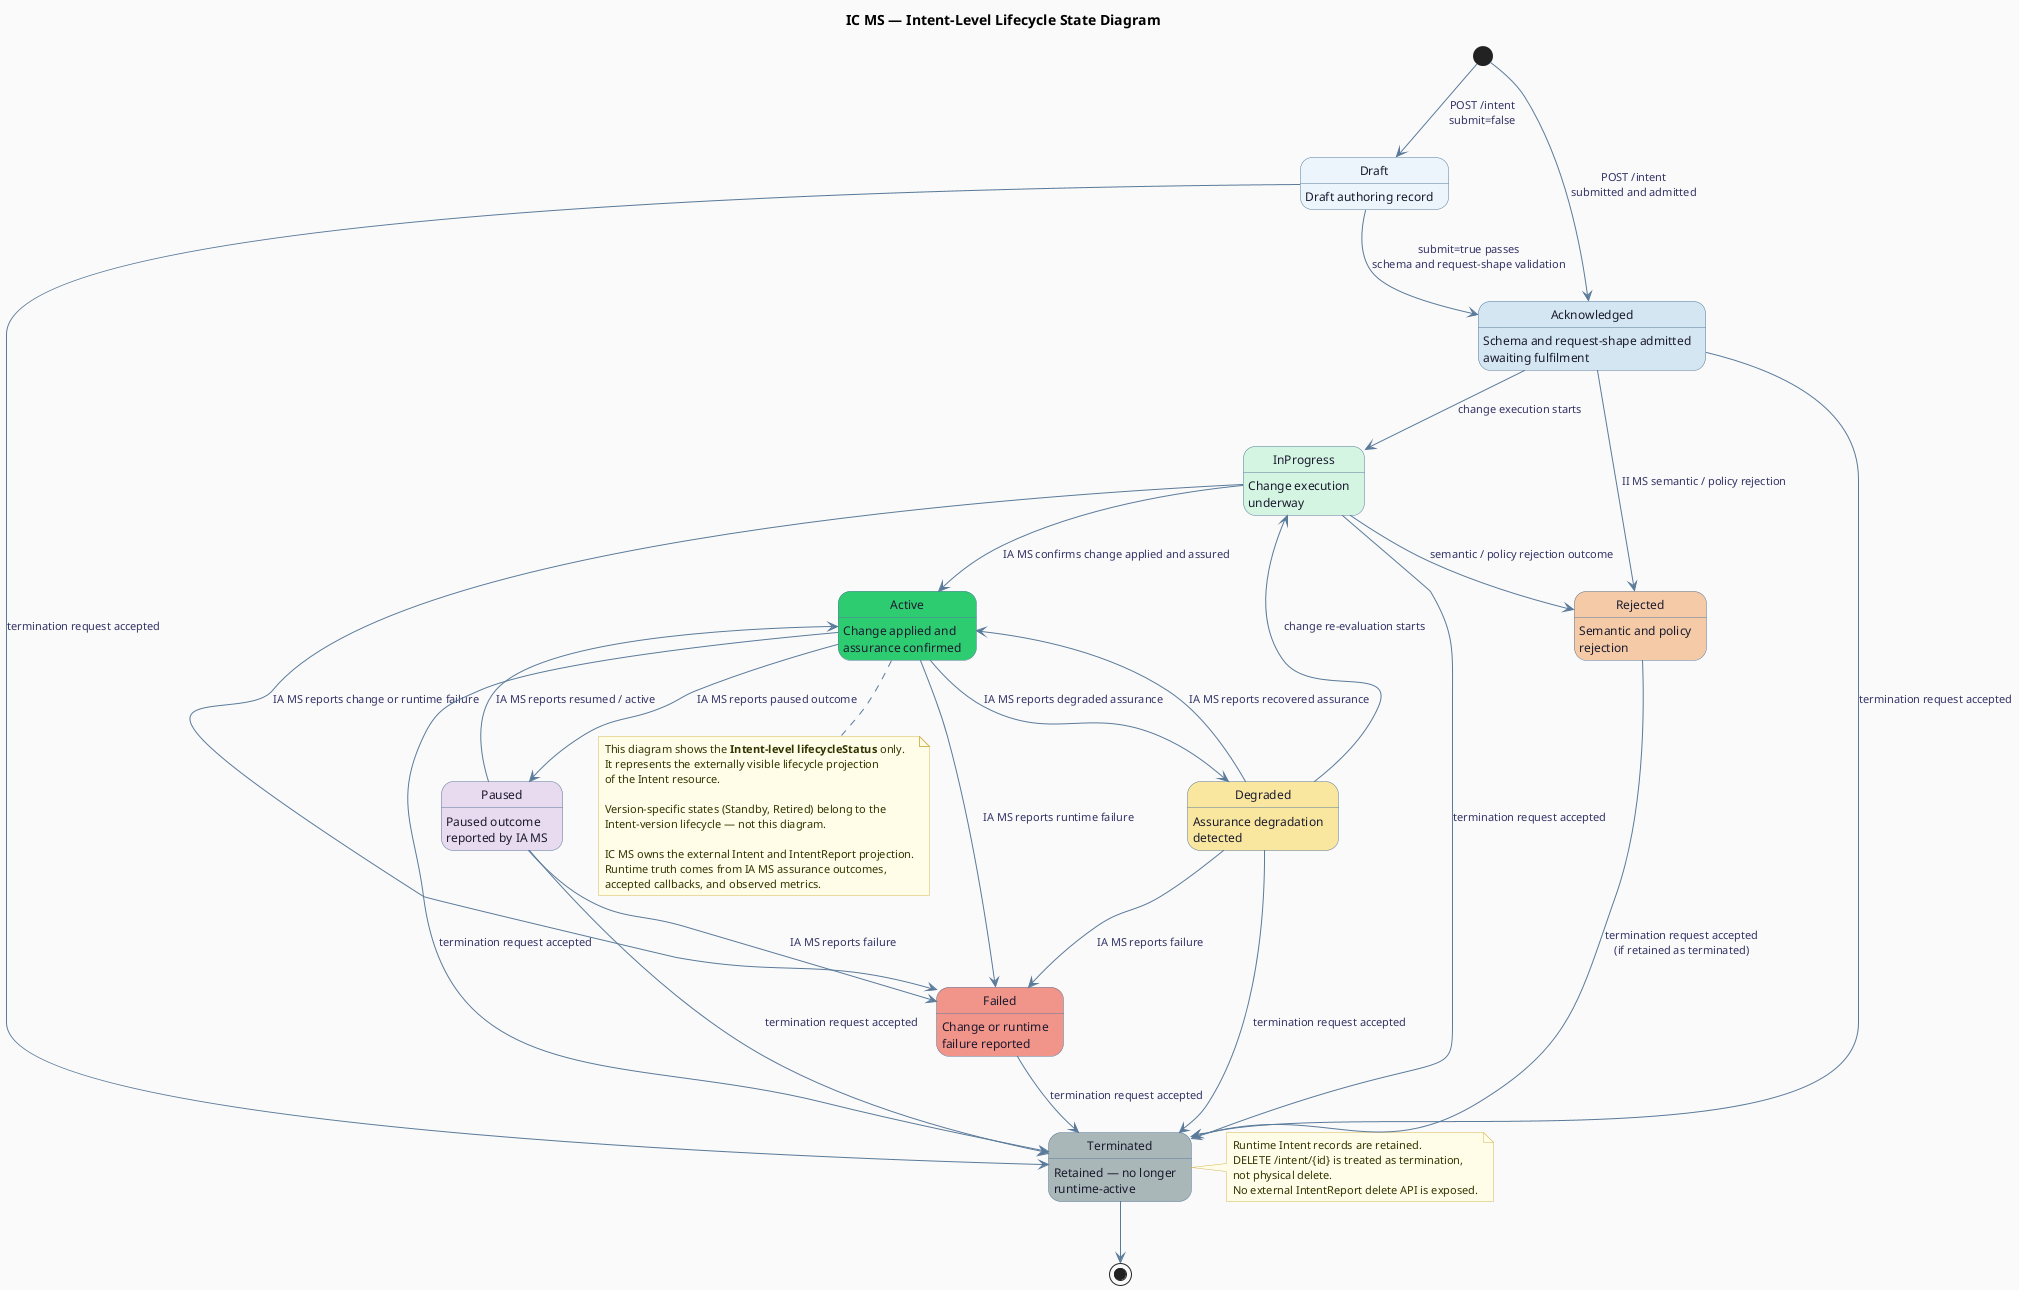
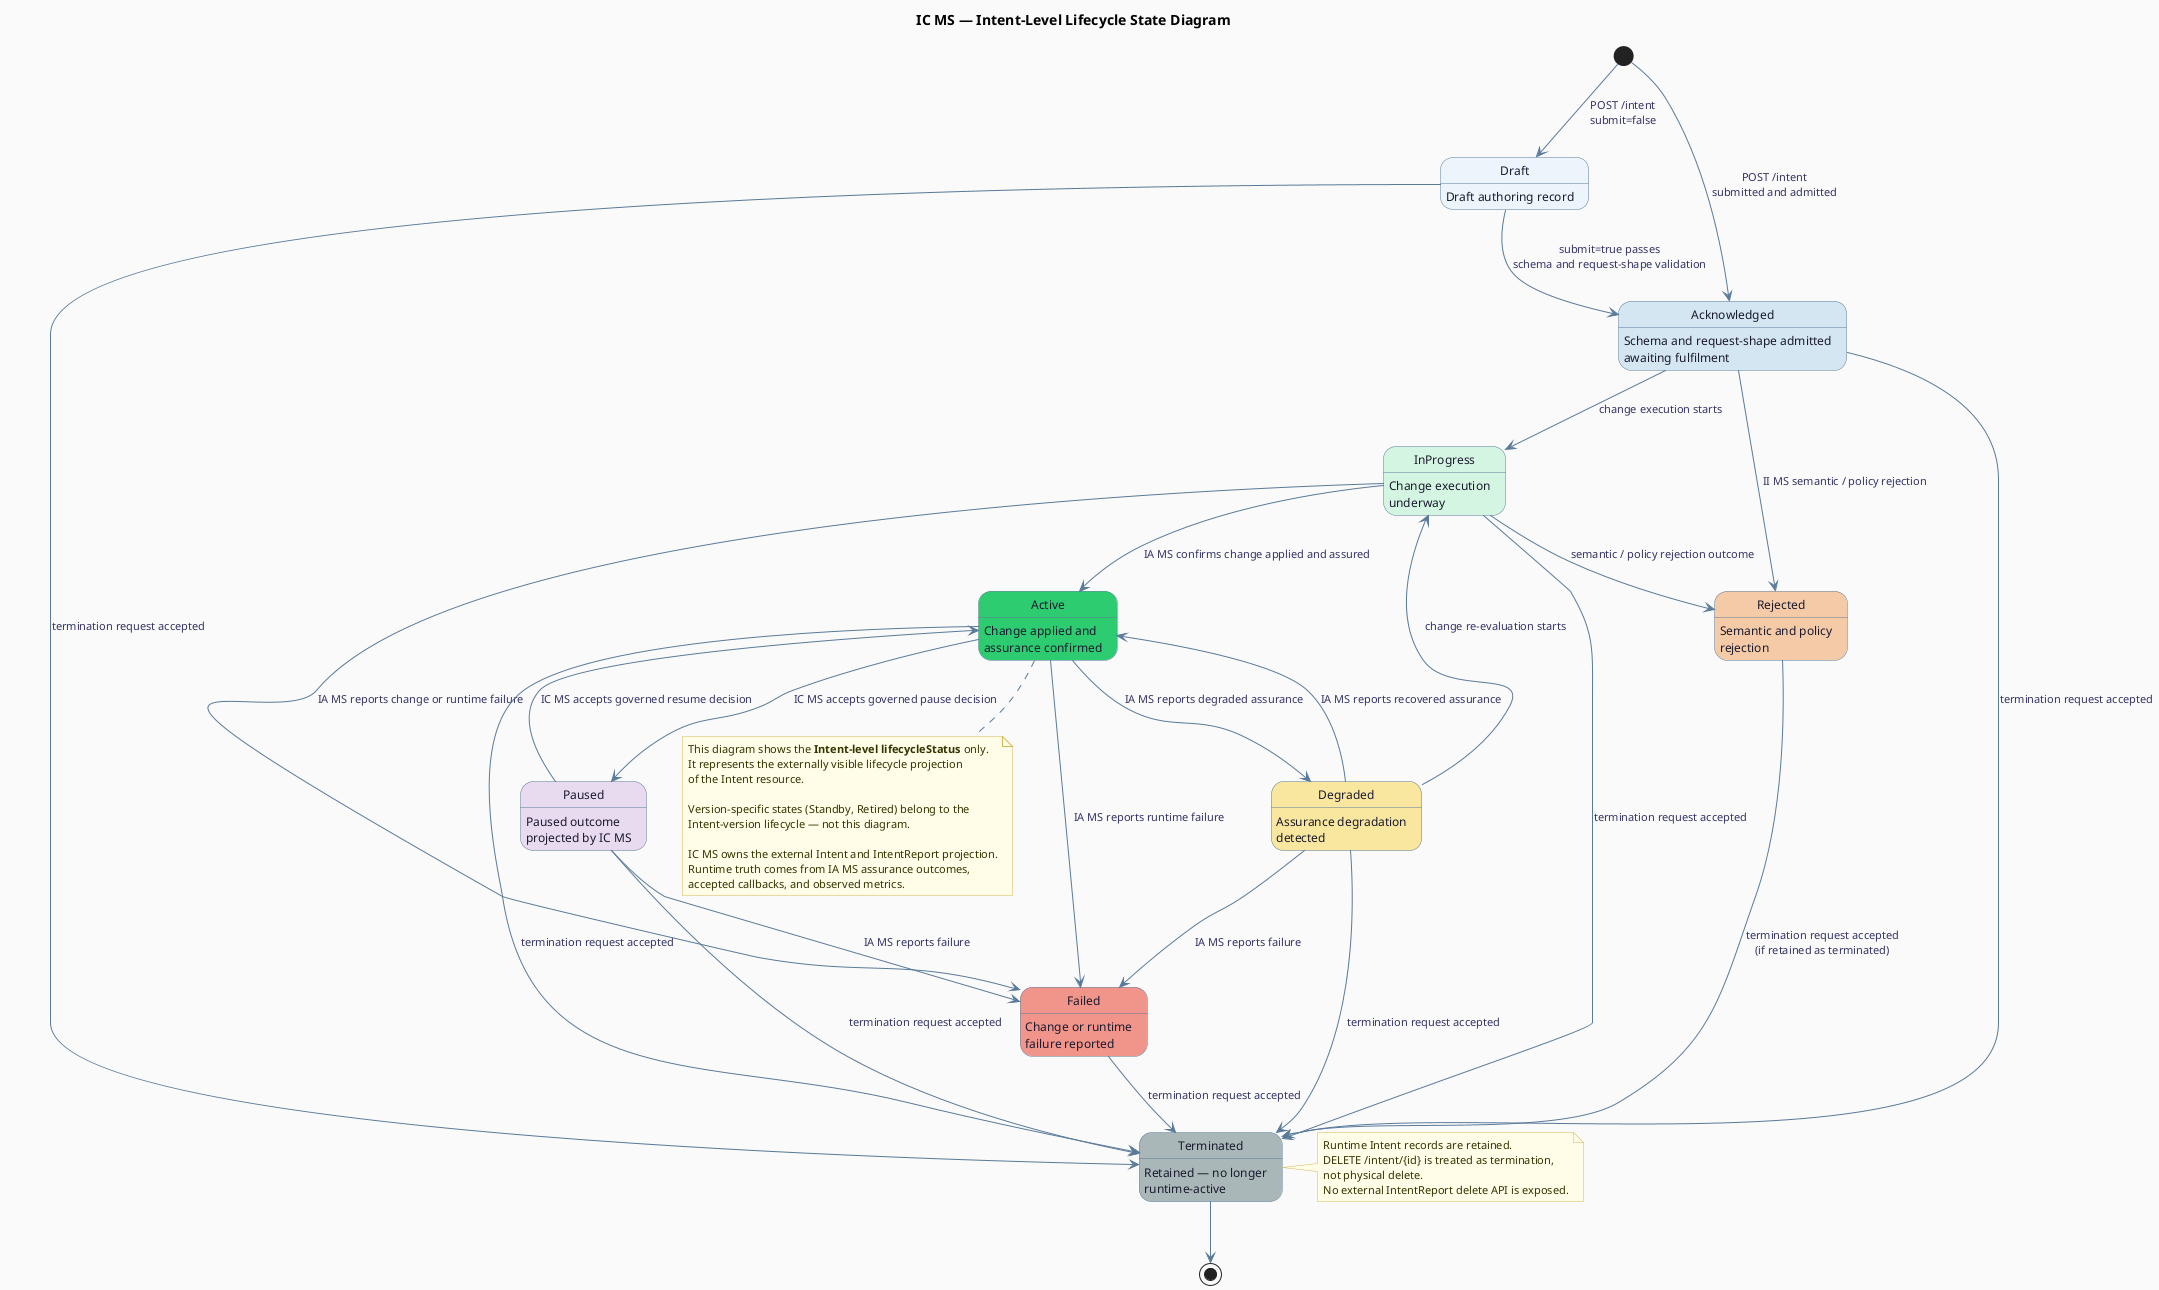
@startuml
' IC MS — Intent-Level Lifecycle State Diagram

hide empty description
skinparam shadowing false
skinparam backgroundColor #FAFAFA

skinparam state {
  BackgroundColor #FFFFFF
  BorderColor #5a7a9a
  FontSize 12
  FontColor #1a1a2e
  ArrowColor #5a7a9a
  ArrowFontSize 11
  ArrowFontColor #333366
}

skinparam note {
  BackgroundColor #fffde7
  BorderColor #d6b656
  FontSize 11
  FontColor #333300
}

title <b>IC MS — Intent-Level Lifecycle State Diagram</b>

' ── States ────────────────────────────────────────────────────────────────
state Draft        #ebf5fb : Draft authoring record
state Acknowledged #d4e6f1 : Schema and request-shape admitted\nawaiting fulfilment
state InProgress   #d5f5e3 : Change execution\nunderway
state Active       #2ecc71 : Change applied and\nassurance confirmed
state Degraded     #f9e79f : Assurance degradation\ndetected
- state Paused       #e8daef : Paused outcome\nreported by IA MS
+ state Paused       #e8daef : Paused outcome\nprojected by IC MS
state Failed       #f1948a : Change or runtime\nfailure reported
state Rejected     #f5cba7 : Semantic and policy\nrejection
state Terminated   #aab7b8 : Retained — no longer\nruntime-active

' ── Entry ─────────────────────────────────────────────────────────────────
[*] --> Draft : POST /intent\nsubmit=false
[*] --> Acknowledged : POST /intent\nsubmitted and admitted
Draft --> Acknowledged : submit=true passes\nschema and request-shape validation
Draft --> Terminated : termination request accepted

' ── Acknowledged ──────────────────────────────────────────────────────────
Acknowledged --> InProgress : change execution starts
Acknowledged --> Rejected   : II MS semantic / policy rejection
Acknowledged --> Terminated : termination request accepted

' ── InProgress ────────────────────────────────────────────────────────────
InProgress --> Active     : IA MS confirms change applied and assured
InProgress --> Failed     : IA MS reports change or runtime failure
InProgress --> Rejected   : semantic / policy rejection outcome
InProgress --> Terminated : termination request accepted

' ── Active ────────────────────────────────────────────────────────────────
Active --> Degraded   : IA MS reports degraded assurance
- Active --> Paused     : IA MS reports paused outcome
+ Active --> Paused     : IC MS accepts governed pause decision
Active --> Failed     : IA MS reports runtime failure
Active --> Terminated : termination request accepted

' ── Degraded ──────────────────────────────────────────────────────────────
Degraded --> Active     : IA MS reports recovered assurance
Degraded --> InProgress : change re-evaluation starts
Degraded --> Failed     : IA MS reports failure
Degraded --> Terminated : termination request accepted

' ── Paused ────────────────────────────────────────────────────────────────
- Paused --> Active     : IA MS reports resumed / active
+ Paused --> Active     : IC MS accepts governed resume decision
Paused --> Failed     : IA MS reports failure
Paused --> Terminated : termination request accepted

' ── Terminal ──────────────────────────────────────────────────────────────
Failed    --> Terminated : termination request accepted
Rejected  --> Terminated : termination request accepted\n(if retained as terminated)

Terminated --> [*]

' ── Notes ─────────────────────────────────────────────────────────────────
note right of Terminated
  Runtime Intent records are retained.
  DELETE /intent/{id} is treated as termination,
  not physical delete.
  No external IntentReport delete API is exposed.
end note

note bottom of Active
  This diagram shows the <b>Intent-level lifecycleStatus</b> only.
  It represents the externally visible lifecycle projection
  of the Intent resource.

  Version-specific states (Standby, Retired) belong to the
  Intent-version lifecycle — not this diagram.

  IC MS owns the external Intent and IntentReport projection.
  Runtime truth comes from IA MS assurance outcomes,
  accepted callbacks, and observed metrics.
end note

@enduml